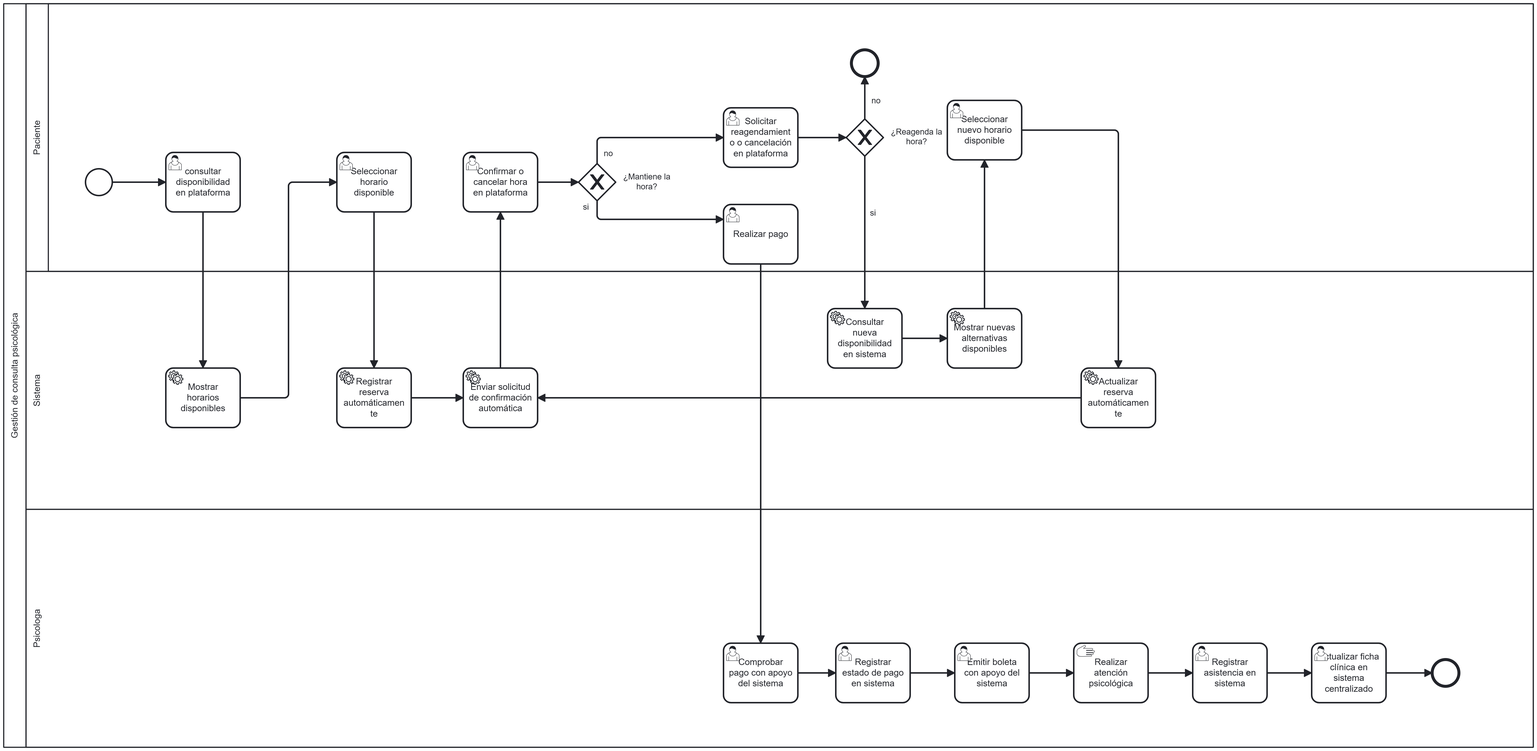
gestion-consulta-psicologica/ingenieria-requisitos keeps this BPMN diagram as diagramas/TO-BE.png. Above is the earlier version. Its source is kept beside it as diagramas/TO-BE.bpmn. Ids are renumbered.
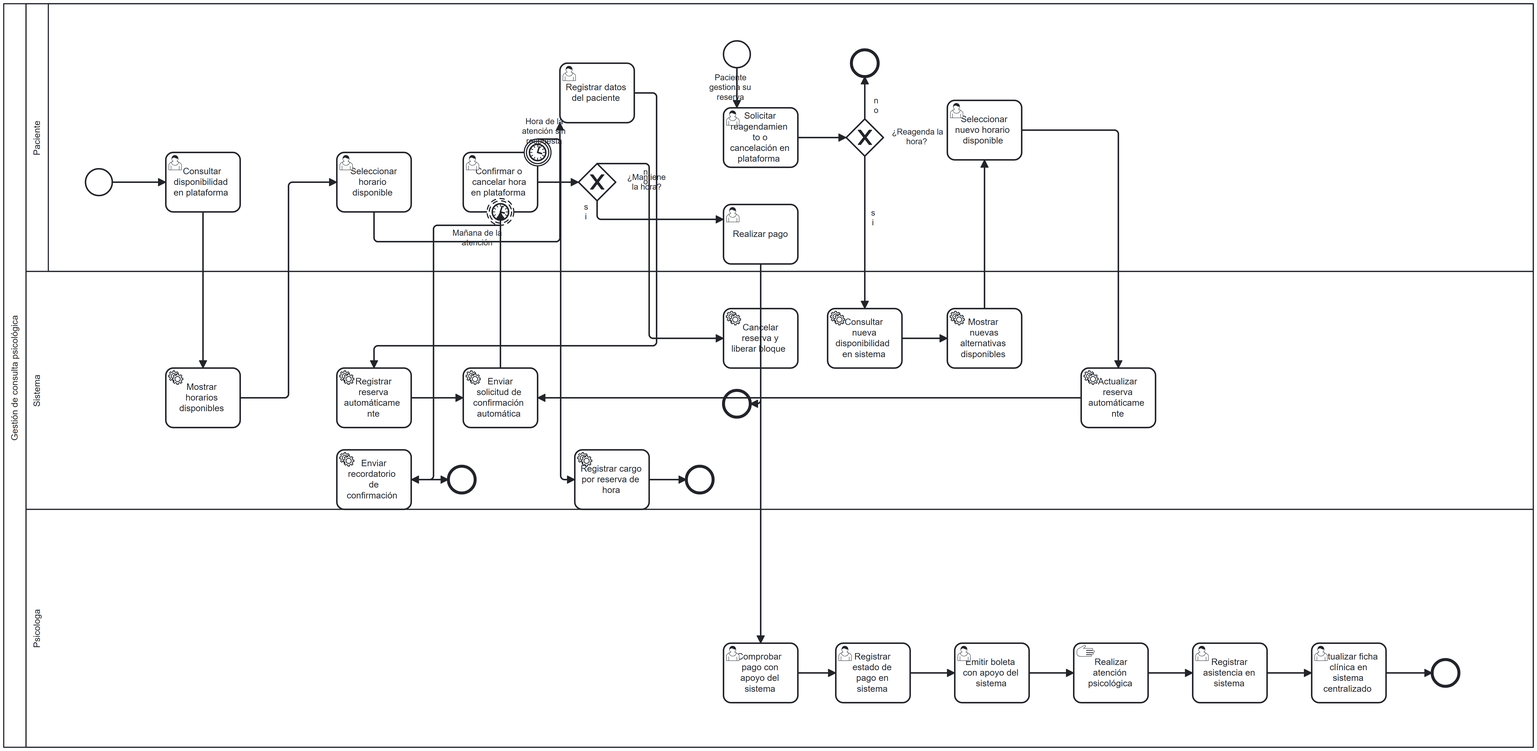
Later version of the same file.

Change to the diagram source:
```diff
@@ -6,9 +6,13 @@
     <bpmn:laneSet id="LaneSet_n5">
       <bpmn:lane id="Lane_n6" name="Paciente">
         <bpmn:flowNodeRef>StartEvent_1</bpmn:flowNodeRef>
+        <bpmn:flowNodeRef>StartEvent_2</bpmn:flowNodeRef>
         <bpmn:flowNodeRef>Activity_n7</bpmn:flowNodeRef>
+        <bpmn:flowNodeRef>Activity_n56</bpmn:flowNodeRef>
         <bpmn:flowNodeRef>Activity_n8</bpmn:flowNodeRef>
         <bpmn:flowNodeRef>Activity_n9</bpmn:flowNodeRef>
+        <bpmn:flowNodeRef>BoundaryEvent_Recordatorio</bpmn:flowNodeRef>
+        <bpmn:flowNodeRef>BoundaryEvent_SinRespuesta</bpmn:flowNodeRef>
         <bpmn:flowNodeRef>Gateway_n10</bpmn:flowNodeRef>
         <bpmn:flowNodeRef>Activity_n11</bpmn:flowNodeRef>
         <bpmn:flowNodeRef>Activity_n12</bpmn:flowNodeRef>
@@ -18,9 +22,12 @@
         <bpmn:childLaneSet id="LaneSet_n16">
           <bpmn:lane id="Lane_n17">
             <bpmn:flowNodeRef>StartEvent_1</bpmn:flowNodeRef>
+            <bpmn:flowNodeRef>StartEvent_2</bpmn:flowNodeRef>
             <bpmn:flowNodeRef>Activity_n7</bpmn:flowNodeRef>
             <bpmn:flowNodeRef>Activity_n8</bpmn:flowNodeRef>
             <bpmn:flowNodeRef>Activity_n9</bpmn:flowNodeRef>
+            <bpmn:flowNodeRef>BoundaryEvent_Recordatorio</bpmn:flowNodeRef>
+            <bpmn:flowNodeRef>BoundaryEvent_SinRespuesta</bpmn:flowNodeRef>
             <bpmn:flowNodeRef>Gateway_n10</bpmn:flowNodeRef>
             <bpmn:flowNodeRef>Activity_n11</bpmn:flowNodeRef>
             <bpmn:flowNodeRef>Activity_n12</bpmn:flowNodeRef>
@@ -37,6 +44,12 @@
         <bpmn:flowNodeRef>Activity_n22</bpmn:flowNodeRef>
         <bpmn:flowNodeRef>Activity_n23</bpmn:flowNodeRef>
         <bpmn:flowNodeRef>Activity_n24</bpmn:flowNodeRef>
+        <bpmn:flowNodeRef>Activity_Recordatorio</bpmn:flowNodeRef>
+        <bpmn:flowNodeRef>Activity_Cargo</bpmn:flowNodeRef>
+        <bpmn:flowNodeRef>Activity_Cancelar</bpmn:flowNodeRef>
+        <bpmn:flowNodeRef>Event_RecordatorioFin</bpmn:flowNodeRef>
+        <bpmn:flowNodeRef>Event_SinRespuestaFin</bpmn:flowNodeRef>
+        <bpmn:flowNodeRef>Event_CancelarFin</bpmn:flowNodeRef>
       </bpmn:lane>
       <bpmn:lane id="Lane_n25" name="Psicologa">
         <bpmn:flowNodeRef>Activity_n26</bpmn:flowNodeRef>
@@ -58,6 +71,13 @@
       <bpmn:incoming>Flow_n34</bpmn:incoming>
       <bpmn:outgoing>Flow_n35</bpmn:outgoing>
     </bpmn:userTask>
+    <bpmn:userTask id="Activity_n56" name="Registrar datos del paciente">
+      <bpmn:extensionElements>
+        <zeebe:userTask />
+      </bpmn:extensionElements>
+      <bpmn:incoming>Flow_n35</bpmn:incoming>
+      <bpmn:outgoing>Flow_1datosres</bpmn:outgoing>
+    </bpmn:userTask>
     <bpmn:userTask id="Activity_n8" name="Consultar disponibilidad en plataforma">
       <bpmn:extensionElements>
         <zeebe:userTask />
@@ -72,6 +92,42 @@
       <bpmn:incoming>Flow_n37</bpmn:incoming>
       <bpmn:outgoing>Flow_n38</bpmn:outgoing>
     </bpmn:userTask>
+    <bpmn:boundaryEvent id="BoundaryEvent_Recordatorio" name="Mañana de la atención" attachedToRef="Activity_n9" cancelActivity="false">
+      <bpmn:outgoing>Flow_Recordatorio</bpmn:outgoing>
+      <bpmn:timerEventDefinition id="TimerEventDefinition_Recordatorio">
+        <bpmn:timeDuration>PT12H</bpmn:timeDuration>
+      </bpmn:timerEventDefinition>
+    </bpmn:boundaryEvent>
+    <bpmn:boundaryEvent id="BoundaryEvent_SinRespuesta" name="Hora de la atención sin respuesta" attachedToRef="Activity_n9" cancelActivity="true">
+      <bpmn:outgoing>Flow_SinRespuesta</bpmn:outgoing>
+      <bpmn:timerEventDefinition id="TimerEventDefinition_SinRespuesta">
+        <bpmn:timeDuration>PT24H</bpmn:timeDuration>
+      </bpmn:timerEventDefinition>
+    </bpmn:boundaryEvent>
+    <bpmn:startEvent id="StartEvent_2" name="Paciente gestiona su reserva">
+      <bpmn:outgoing>Flow_Gestion</bpmn:outgoing>
+    </bpmn:startEvent>
+    <bpmn:serviceTask id="Activity_Recordatorio" name="Enviar recordatorio de confirmación por correo">
+      <bpmn:incoming>Flow_Recordatorio</bpmn:incoming>
+      <bpmn:outgoing>Flow_RecordatorioFin</bpmn:outgoing>
+    </bpmn:serviceTask>
+    <bpmn:serviceTask id="Activity_Cargo" name="Registrar cargo y notificar por correo">
+      <bpmn:incoming>Flow_SinRespuesta</bpmn:incoming>
+      <bpmn:outgoing>Flow_SinRespuestaFin</bpmn:outgoing>
+    </bpmn:serviceTask>
+    <bpmn:serviceTask id="Activity_Cancelar" name="Cancelar reserva y liberar bloque">
+      <bpmn:incoming>Flow_n40</bpmn:incoming>
+      <bpmn:outgoing>Flow_CancelarFin</bpmn:outgoing>
+    </bpmn:serviceTask>
+    <bpmn:endEvent id="Event_RecordatorioFin">
+      <bpmn:incoming>Flow_RecordatorioFin</bpmn:incoming>
+    </bpmn:endEvent>
+    <bpmn:endEvent id="Event_SinRespuestaFin">
+      <bpmn:incoming>Flow_SinRespuestaFin</bpmn:incoming>
+    </bpmn:endEvent>
+    <bpmn:endEvent id="Event_CancelarFin">
+      <bpmn:incoming>Flow_CancelarFin</bpmn:incoming>
+    </bpmn:endEvent>
     <bpmn:exclusiveGateway id="Gateway_n10" name="¿Mantiene la hora?">
       <bpmn:incoming>Flow_n38</bpmn:incoming>
       <bpmn:outgoing>Flow_n39</bpmn:outgoing>
@@ -88,7 +144,7 @@
       <bpmn:extensionElements>
         <zeebe:userTask />
       </bpmn:extensionElements>
-      <bpmn:incoming>Flow_n40</bpmn:incoming>
+      <bpmn:incoming>Flow_Gestion</bpmn:incoming>
       <bpmn:outgoing>Flow_n42</bpmn:outgoing>
     </bpmn:userTask>
     <bpmn:exclusiveGateway id="Gateway_n13" name="¿Reagenda la hora?">
@@ -107,10 +163,10 @@
       <bpmn:outgoing>Flow_n46</bpmn:outgoing>
     </bpmn:userTask>
     <bpmn:serviceTask id="Activity_n19" name="Registrar reserva automáticamente">
-      <bpmn:incoming>Flow_n35</bpmn:incoming>
+      <bpmn:incoming>Flow_1datosres</bpmn:incoming>
       <bpmn:outgoing>Flow_n47</bpmn:outgoing>
     </bpmn:serviceTask>
-    <bpmn:serviceTask id="Activity_n20" name="Enviar solicitud de confirmación automática">
+    <bpmn:serviceTask id="Activity_n20" name="Enviar solicitud de confirmación automática por correo">
       <bpmn:incoming>Flow_n47</bpmn:incoming>
       <bpmn:incoming>Flow_n48</bpmn:incoming>
       <bpmn:outgoing>Flow_n37</bpmn:outgoing>
@@ -175,12 +231,19 @@
     </bpmn:endEvent>
     <bpmn:sequenceFlow id="Flow_n33" sourceRef="StartEvent_1" targetRef="Activity_n8" />
     <bpmn:sequenceFlow id="Flow_n34" sourceRef="Activity_n21" targetRef="Activity_n7" />
-    <bpmn:sequenceFlow id="Flow_n35" sourceRef="Activity_n7" targetRef="Activity_n19" />
+    <bpmn:sequenceFlow id="Flow_n35" sourceRef="Activity_n7" targetRef="Activity_n56" />
+    <bpmn:sequenceFlow id="Flow_1datosres" sourceRef="Activity_n56" targetRef="Activity_n19" />
     <bpmn:sequenceFlow id="Flow_n36" sourceRef="Activity_n8" targetRef="Activity_n21" />
     <bpmn:sequenceFlow id="Flow_n37" sourceRef="Activity_n20" targetRef="Activity_n9" />
     <bpmn:sequenceFlow id="Flow_n38" sourceRef="Activity_n9" targetRef="Gateway_n10" />
     <bpmn:sequenceFlow id="Flow_n39" name="si" sourceRef="Gateway_n10" targetRef="Activity_n11" />
-    <bpmn:sequenceFlow id="Flow_n40" name="no" sourceRef="Gateway_n10" targetRef="Activity_n12" />
+    <bpmn:sequenceFlow id="Flow_n40" name="no" sourceRef="Gateway_n10" targetRef="Activity_Cancelar" />
+    <bpmn:sequenceFlow id="Flow_Gestion" sourceRef="StartEvent_2" targetRef="Activity_n12" />
+    <bpmn:sequenceFlow id="Flow_CancelarFin" sourceRef="Activity_Cancelar" targetRef="Event_CancelarFin" />
+    <bpmn:sequenceFlow id="Flow_Recordatorio" sourceRef="BoundaryEvent_Recordatorio" targetRef="Activity_Recordatorio" />
+    <bpmn:sequenceFlow id="Flow_RecordatorioFin" sourceRef="Activity_Recordatorio" targetRef="Event_RecordatorioFin" />
+    <bpmn:sequenceFlow id="Flow_SinRespuesta" sourceRef="BoundaryEvent_SinRespuesta" targetRef="Activity_Cargo" />
+    <bpmn:sequenceFlow id="Flow_SinRespuestaFin" sourceRef="Activity_Cargo" targetRef="Event_SinRespuestaFin" />
     <bpmn:sequenceFlow id="Flow_n41" sourceRef="Activity_n11" targetRef="Activity_n26" />
     <bpmn:sequenceFlow id="Flow_n42" sourceRef="Activity_n12" targetRef="Gateway_n13" />
     <bpmn:sequenceFlow id="Flow_n43" name="no" sourceRef="Gateway_n13" targetRef="Event_n14" />
@@ -223,6 +286,10 @@
       </bpmndi:BPMNShape>
       <bpmndi:BPMNShape id="Activity_n7_di" bpmnElement="Activity_n7">
         <dc:Bounds x="639" y="280" width="100" height="80" />
+        <bpmndi:BPMNLabel />
+      </bpmndi:BPMNShape>
+      <bpmndi:BPMNShape id="Activity_n56_di" bpmnElement="Activity_n56">
+        <dc:Bounds x="939" y="160" width="100" height="80" />
         <bpmndi:BPMNLabel />
       </bpmndi:BPMNShape>
       <bpmndi:BPMNShape id="Activity_n8_di" bpmnElement="Activity_n8">
@@ -311,6 +378,45 @@
       <bpmndi:BPMNShape id="Event_n32_di" bpmnElement="Event_n32">
         <dc:Bounds x="2112" y="962" width="36" height="36" />
       </bpmndi:BPMNShape>
+      <bpmndi:BPMNShape id="BoundaryEvent_Recordatorio_di" bpmnElement="BoundaryEvent_Recordatorio">
+        <dc:Bounds x="841" y="342" width="36" height="36" />
+        <bpmndi:BPMNLabel>
+          <dc:Bounds x="784" y="382" width="90" height="27" />
+        </bpmndi:BPMNLabel>
+      </bpmndi:BPMNShape>
+      <bpmndi:BPMNShape id="BoundaryEvent_SinRespuesta_di" bpmnElement="BoundaryEvent_SinRespuesta">
+        <dc:Bounds x="891" y="262" width="36" height="36" />
+        <bpmndi:BPMNLabel>
+          <dc:Bounds x="874" y="232" width="90" height="27" />
+        </bpmndi:BPMNLabel>
+      </bpmndi:BPMNShape>
+      <bpmndi:BPMNShape id="StartEvent_2_di" bpmnElement="StartEvent_2">
+        <dc:Bounds x="1159" y="130" width="36" height="36" />
+        <bpmndi:BPMNLabel>
+          <dc:Bounds x="1124" y="173" width="90" height="27" />
+        </bpmndi:BPMNLabel>
+      </bpmndi:BPMNShape>
+      <bpmndi:BPMNShape id="Activity_Recordatorio_di" bpmnElement="Activity_Recordatorio">
+        <dc:Bounds x="639" y="680" width="100" height="80" />
+        <bpmndi:BPMNLabel />
+      </bpmndi:BPMNShape>
+      <bpmndi:BPMNShape id="Event_RecordatorioFin_di" bpmnElement="Event_RecordatorioFin">
+        <dc:Bounds x="789" y="702" width="36" height="36" />
+      </bpmndi:BPMNShape>
+      <bpmndi:BPMNShape id="Activity_Cargo_di" bpmnElement="Activity_Cargo">
+        <dc:Bounds x="959" y="680" width="100" height="80" />
+        <bpmndi:BPMNLabel />
+      </bpmndi:BPMNShape>
+      <bpmndi:BPMNShape id="Event_SinRespuestaFin_di" bpmnElement="Event_SinRespuestaFin">
+        <dc:Bounds x="1109" y="702" width="36" height="36" />
+      </bpmndi:BPMNShape>
+      <bpmndi:BPMNShape id="Activity_Cancelar_di" bpmnElement="Activity_Cancelar">
+        <dc:Bounds x="1159" y="490" width="100" height="80" />
+        <bpmndi:BPMNLabel />
+      </bpmndi:BPMNShape>
+      <bpmndi:BPMNShape id="Event_CancelarFin_di" bpmnElement="Event_CancelarFin">
+        <dc:Bounds x="1159" y="600" width="36" height="36" />
+      </bpmndi:BPMNShape>
       <bpmndi:BPMNEdge id="Flow_n33_di" bpmnElement="Flow_n33">
         <di:waypoint x="337" y="320" />
         <di:waypoint x="409" y="320" />
@@ -323,6 +429,15 @@
       </bpmndi:BPMNEdge>
       <bpmndi:BPMNEdge id="Flow_n35_di" bpmnElement="Flow_n35">
         <di:waypoint x="689" y="360" />
+        <di:waypoint x="689" y="400" />
+        <di:waypoint x="939" y="400" />
+        <di:waypoint x="939" y="240" />
+      </bpmndi:BPMNEdge>
+      <bpmndi:BPMNEdge id="Flow_1datosres_di" bpmnElement="Flow_1datosres">
+        <di:waypoint x="1039" y="200" />
+        <di:waypoint x="1069" y="200" />
+        <di:waypoint x="1069" y="540" />
+        <di:waypoint x="689" y="540" />
         <di:waypoint x="689" y="570" />
       </bpmndi:BPMNEdge>
       <bpmndi:BPMNEdge id="Flow_n36_di" bpmnElement="Flow_n36">
@@ -351,10 +466,11 @@
       </bpmndi:BPMNEdge>
       <bpmndi:BPMNEdge id="Flow_n40_di" bpmnElement="Flow_n40">
         <di:waypoint x="989" y="295" />
-        <di:waypoint x="989" y="260" />
-        <di:waypoint x="1159" y="260" />
+        <di:waypoint x="1059" y="295" />
+        <di:waypoint x="1059" y="530" />
+        <di:waypoint x="1159" y="530" />
         <bpmndi:BPMNLabel>
-          <dc:Bounds x="998" y="275" width="13" height="14" />
+          <dc:Bounds x="1048" y="300" width="13" height="14" />
         </bpmndi:BPMNLabel>
       </bpmndi:BPMNEdge>
       <bpmndi:BPMNEdge id="Flow_n42_di" bpmnElement="Flow_n42">
@@ -420,6 +536,35 @@
         <di:waypoint x="2050" y="980" />
         <di:waypoint x="2112" y="980" />
       </bpmndi:BPMNEdge>
+      <bpmndi:BPMNEdge id="Flow_Gestion_di" bpmnElement="Flow_Gestion">
+        <di:waypoint x="1177" y="166" />
+        <di:waypoint x="1177" y="220" />
+      </bpmndi:BPMNEdge>
+      <bpmndi:BPMNEdge id="Flow_CancelarFin_di" bpmnElement="Flow_CancelarFin">
+        <di:waypoint x="1209" y="570" />
+        <di:waypoint x="1209" y="618" />
+        <di:waypoint x="1195" y="618" />
+      </bpmndi:BPMNEdge>
+      <bpmndi:BPMNEdge id="Flow_Recordatorio_di" bpmnElement="Flow_Recordatorio">
+        <di:waypoint x="859" y="378" />
+        <di:waypoint x="769" y="378" />
+        <di:waypoint x="769" y="720" />
+        <di:waypoint x="739" y="720" />
+      </bpmndi:BPMNEdge>
+      <bpmndi:BPMNEdge id="Flow_RecordatorioFin_di" bpmnElement="Flow_RecordatorioFin">
+        <di:waypoint x="739" y="720" />
+        <di:waypoint x="789" y="720" />
+      </bpmndi:BPMNEdge>
+      <bpmndi:BPMNEdge id="Flow_SinRespuesta_di" bpmnElement="Flow_SinRespuesta">
+        <di:waypoint x="909" y="262" />
+        <di:waypoint x="940" y="262" />
+        <di:waypoint x="940" y="720" />
+        <di:waypoint x="959" y="720" />
+      </bpmndi:BPMNEdge>
+      <bpmndi:BPMNEdge id="Flow_SinRespuestaFin_di" bpmnElement="Flow_SinRespuestaFin">
+        <di:waypoint x="1059" y="720" />
+        <di:waypoint x="1109" y="720" />
+      </bpmndi:BPMNEdge>
     </bpmndi:BPMNPlane>
   </bpmndi:BPMNDiagram>
 </bpmn:definitions>
```
